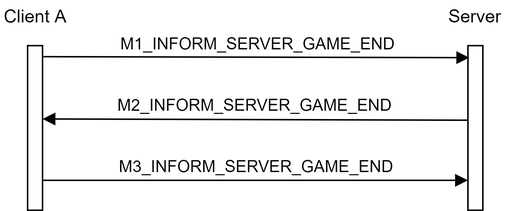
marcopettorali/cybersec keeps this draw.io diagram as documents/protocol_diagrams/cs_end.png. Above is the earlier version. Source tidied: cells renumbered, new cells last; positions are measured from the earlier drawing's top-left corner, leaving out a move shared by most shapes. The source it was exported from:
```xml
<mxGraphModel>
  <root>
    <mxCell id="0" />
    <mxCell id="1" parent="0" />
    <mxCell id="2" style="rounded=0;whiteSpace=wrap;html=1;" parent="1" vertex="1">
      <mxGeometry x="18" y="30" width="10" height="110" as="geometry" />
    </mxCell>
    <mxCell id="3" value="Client A" style="text;html=1;strokeColor=none;fillColor=none;align=center;verticalAlign=middle;whiteSpace=wrap;rounded=0;" parent="1" vertex="1">
      <mxGeometry x="0.5" width="45" height="20" as="geometry" />
    </mxCell>
    <mxCell id="4" style="rounded=0;whiteSpace=wrap;html=1;" parent="1" vertex="1">
      <mxGeometry x="313" y="30" width="10" height="110" as="geometry" />
    </mxCell>
    <mxCell id="5" value="Server" style="text;html=1;strokeColor=none;fillColor=none;align=center;verticalAlign=middle;whiteSpace=wrap;rounded=0;" parent="1" vertex="1">
      <mxGeometry x="298" width="40" height="20" as="geometry" />
    </mxCell>
    <mxCell id="6" value="M1_INFORM_SERVER_GAME_END" style="html=1;verticalAlign=bottom;endArrow=block;exitX=1.062;exitY=0.067;exitDx=0;exitDy=0;entryX=0.086;entryY=0.073;entryDx=0;entryDy=0;entryPerimeter=0;exitPerimeter=0;" parent="1" edge="1" source="2" target="4">
      <mxGeometry relative="1" as="geometry" />
    </mxCell>
    <mxCell id="7" value="M2_INFORM_SERVER_GAME_END" style="html=1;verticalAlign=bottom;endArrow=block;exitX=0.014;exitY=0.453;exitDx=0;exitDy=0;exitPerimeter=0;" parent="1" edge="1" source="4">
      <mxGeometry relative="1" as="geometry">
        <mxPoint x="28" y="79" as="targetPoint" />
      </mxGeometry>
    </mxCell>
    <mxCell id="8" value="M3_INFORM_SERVER_GAME_END" style="html=1;verticalAlign=bottom;endArrow=block;exitX=1;exitY=0.25;exitDx=0;exitDy=0;entryX=0;entryY=0.25;entryDx=0;entryDy=0;" parent="1" edge="1">
      <mxGeometry relative="1" as="geometry">
        <mxPoint x="28" y="120" as="sourcePoint" />
        <mxPoint x="313" y="120" as="targetPoint" />
      </mxGeometry>
    </mxCell>
  </root>
</mxGraphModel>
```
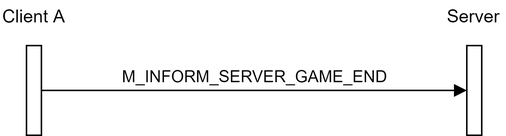
Later version of the same file.

What changed in the source:
```diff
@@ -3,30 +3,19 @@
     <mxCell id="0" />
     <mxCell id="1" parent="0" />
     <mxCell id="2" style="rounded=0;whiteSpace=wrap;html=1;" parent="1" vertex="1">
-      <mxGeometry x="18" y="30" width="10" height="110" as="geometry" />
+      <mxGeometry x="18" y="30" width="10" height="60" as="geometry" />
     </mxCell>
     <mxCell id="3" value="Client A" style="text;html=1;strokeColor=none;fillColor=none;align=center;verticalAlign=middle;whiteSpace=wrap;rounded=0;" parent="1" vertex="1">
       <mxGeometry x="0.5" width="45" height="20" as="geometry" />
     </mxCell>
     <mxCell id="4" style="rounded=0;whiteSpace=wrap;html=1;" parent="1" vertex="1">
-      <mxGeometry x="313" y="30" width="10" height="110" as="geometry" />
+      <mxGeometry x="313.1" y="30" width="10" height="60" as="geometry" />
     </mxCell>
     <mxCell id="5" value="Server" style="text;html=1;strokeColor=none;fillColor=none;align=center;verticalAlign=middle;whiteSpace=wrap;rounded=0;" parent="1" vertex="1">
-      <mxGeometry x="298" width="40" height="20" as="geometry" />
+      <mxGeometry x="298.1" width="40" height="20" as="geometry" />
     </mxCell>
-    <mxCell id="6" value="M1_INFORM_SERVER_GAME_END" style="html=1;verticalAlign=bottom;endArrow=block;exitX=1.062;exitY=0.067;exitDx=0;exitDy=0;entryX=0.086;entryY=0.073;entryDx=0;entryDy=0;entryPerimeter=0;exitPerimeter=0;" parent="1" edge="1" source="2" target="4">
+    <mxCell id="6" value="M_INFORM_SERVER_GAME_END" style="html=1;verticalAlign=bottom;endArrow=block;exitX=1;exitY=0.5;exitDx=0;exitDy=0;entryX=0;entryY=0.5;entryDx=0;entryDy=0;" parent="1" edge="1" source="2" target="4">
       <mxGeometry relative="1" as="geometry" />
     </mxCell>
-    <mxCell id="7" value="M2_INFORM_SERVER_GAME_END" style="html=1;verticalAlign=bottom;endArrow=block;exitX=0.014;exitY=0.453;exitDx=0;exitDy=0;exitPerimeter=0;" parent="1" edge="1" source="4">
-      <mxGeometry relative="1" as="geometry">
-        <mxPoint x="28" y="79" as="targetPoint" />
-      </mxGeometry>
-    </mxCell>
-    <mxCell id="8" value="M3_INFORM_SERVER_GAME_END" style="html=1;verticalAlign=bottom;endArrow=block;exitX=1;exitY=0.25;exitDx=0;exitDy=0;entryX=0;entryY=0.25;entryDx=0;entryDy=0;" parent="1" edge="1">
-      <mxGeometry relative="1" as="geometry">
-        <mxPoint x="28" y="120" as="sourcePoint" />
-        <mxPoint x="313" y="120" as="targetPoint" />
-      </mxGeometry>
-    </mxCell>
   </root>
 </mxGraphModel>
```
